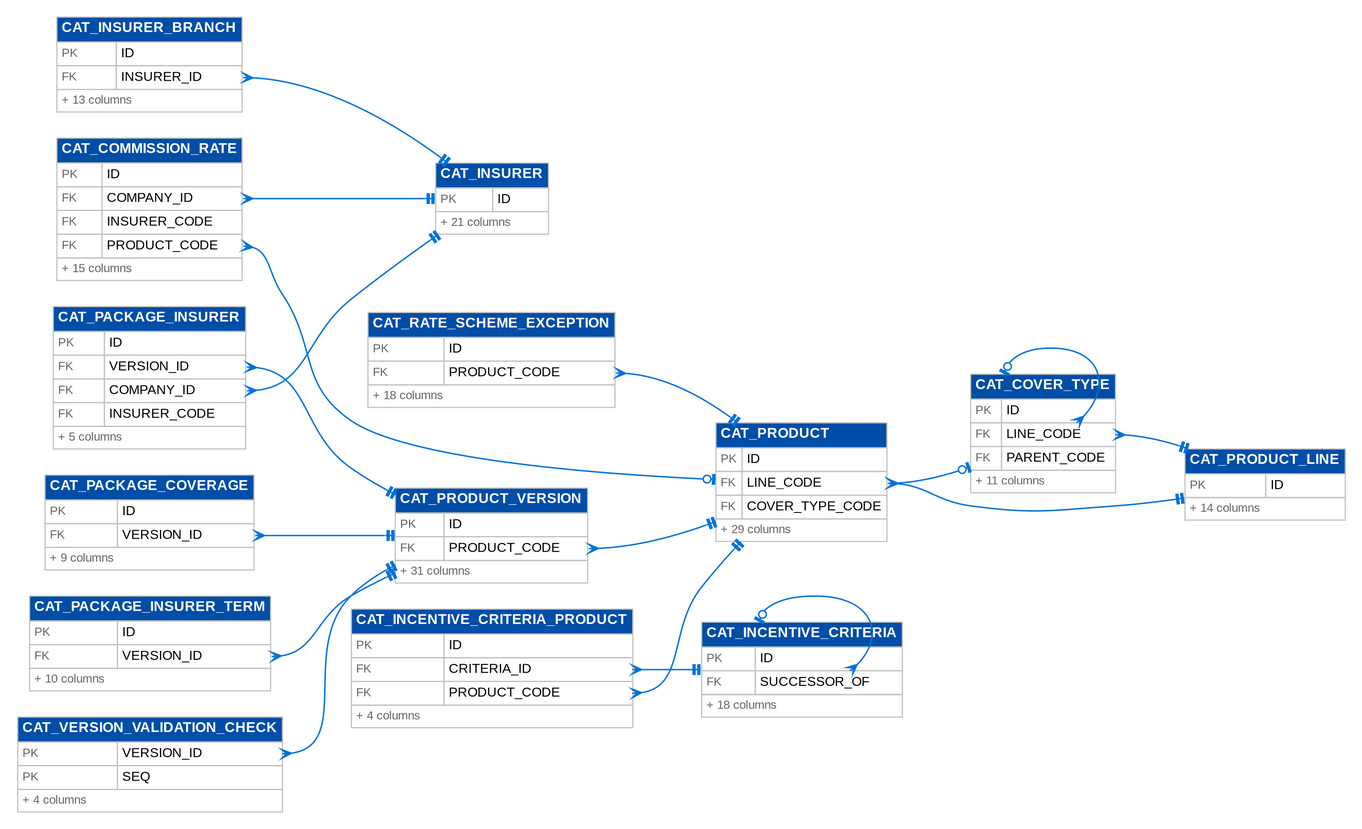
Above: docs/deliverables/src/programme/security_data/figures/erd/d05_catalog_1.png in IortaTexhNXT-DEV/FinVerse (Graphviz), before the change. Its source is kept beside it as docs/deliverables/src/programme/security_data/figures/erd/d05_catalog_1.dot.
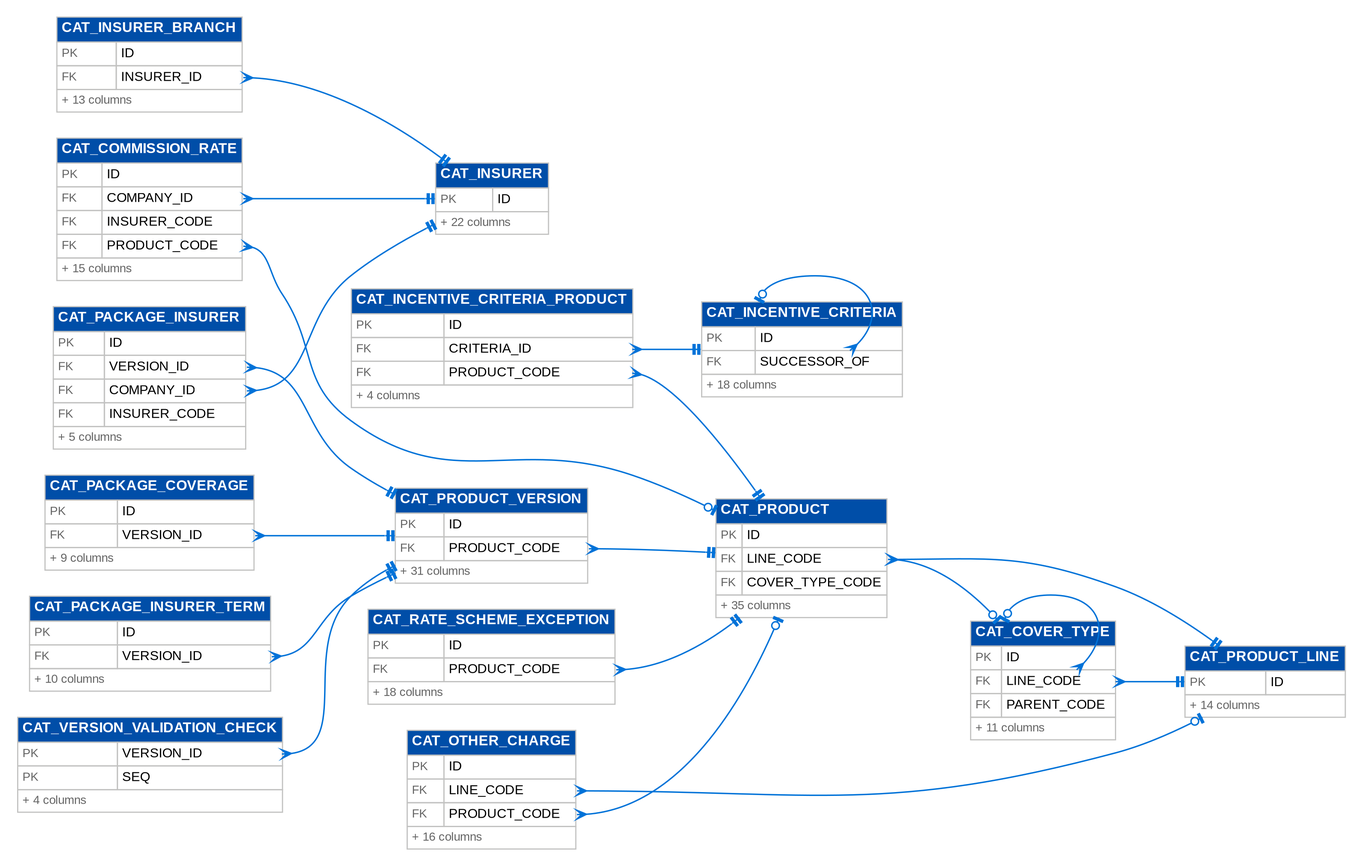
The same diagram one commit later.

Diff of the diagram source:
```diff
@@ -6,12 +6,13 @@
   "cat_cover_type" [label=<<table border="0" cellborder="1" cellspacing="0" cellpadding="3" color="@BORDER"><tr><td bgcolor="@HEADER_BLUE" align="left" colspan="2"><font color="@WHITE" point-size="12"><b>CAT_COVER_TYPE</b></font></td></tr><tr><td align="left"><font point-size="10" color="@MUTED">PK</font></td><td align="left" port="id"><font point-size="11">ID</font></td></tr><tr><td align="left"><font point-size="10" color="@MUTED">FK</font></td><td align="left" port="line_code"><font point-size="11">LINE_CODE</font></td></tr><tr><td align="left"><font point-size="10" color="@MUTED">FK</font></td><td align="left" port="parent_code"><font point-size="11">PARENT_CODE</font></td></tr><tr><td colspan="2" align="left"><font point-size="10" color="@MUTED">+ 11 columns</font></td></tr></table>>];
   "cat_incentive_criteria" [label=<<table border="0" cellborder="1" cellspacing="0" cellpadding="3" color="@BORDER"><tr><td bgcolor="@HEADER_BLUE" align="left" colspan="2"><font color="@WHITE" point-size="12"><b>CAT_INCENTIVE_CRITERIA</b></font></td></tr><tr><td align="left"><font point-size="10" color="@MUTED">PK</font></td><td align="left" port="id"><font point-size="11">ID</font></td></tr><tr><td align="left"><font point-size="10" color="@MUTED">FK</font></td><td align="left" port="successor_of"><font point-size="11">SUCCESSOR_OF</font></td></tr><tr><td colspan="2" align="left"><font point-size="10" color="@MUTED">+ 18 columns</font></td></tr></table>>];
   "cat_incentive_criteria_product" [label=<<table border="0" cellborder="1" cellspacing="0" cellpadding="3" color="@BORDER"><tr><td bgcolor="@HEADER_BLUE" align="left" colspan="2"><font color="@WHITE" point-size="12"><b>CAT_INCENTIVE_CRITERIA_PRODUCT</b></font></td></tr><tr><td align="left"><font point-size="10" color="@MUTED">PK</font></td><td align="left" port="id"><font point-size="11">ID</font></td></tr><tr><td align="left"><font point-size="10" color="@MUTED">FK</font></td><td align="left" port="criteria_id"><font point-size="11">CRITERIA_ID</font></td></tr><tr><td align="left"><font point-size="10" color="@MUTED">FK</font></td><td align="left" port="product_code"><font point-size="11">PRODUCT_CODE</font></td></tr><tr><td colspan="2" align="left"><font point-size="10" color="@MUTED">+ 4 columns</font></td></tr></table>>];
-  "cat_insurer" [label=<<table border="0" cellborder="1" cellspacing="0" cellpadding="3" color="@BORDER"><tr><td bgcolor="@HEADER_BLUE" align="left" colspan="2"><font color="@WHITE" point-size="12"><b>CAT_INSURER</b></font></td></tr><tr><td align="left"><font point-size="10" color="@MUTED">PK</font></td><td align="left" port="id"><font point-size="11">ID</font></td></tr><tr><td colspan="2" align="left"><font point-size="10" color="@MUTED">+ 21 columns</font></td></tr></table>>];
+  "cat_insurer" [label=<<table border="0" cellborder="1" cellspacing="0" cellpadding="3" color="@BORDER"><tr><td bgcolor="@HEADER_BLUE" align="left" colspan="2"><font color="@WHITE" point-size="12"><b>CAT_INSURER</b></font></td></tr><tr><td align="left"><font point-size="10" color="@MUTED">PK</font></td><td align="left" port="id"><font point-size="11">ID</font></td></tr><tr><td colspan="2" align="left"><font point-size="10" color="@MUTED">+ 22 columns</font></td></tr></table>>];
   "cat_insurer_branch" [label=<<table border="0" cellborder="1" cellspacing="0" cellpadding="3" color="@BORDER"><tr><td bgcolor="@HEADER_BLUE" align="left" colspan="2"><font color="@WHITE" point-size="12"><b>CAT_INSURER_BRANCH</b></font></td></tr><tr><td align="left"><font point-size="10" color="@MUTED">PK</font></td><td align="left" port="id"><font point-size="11">ID</font></td></tr><tr><td align="left"><font point-size="10" color="@MUTED">FK</font></td><td align="left" port="insurer_id"><font point-size="11">INSURER_ID</font></td></tr><tr><td colspan="2" align="left"><font point-size="10" color="@MUTED">+ 13 columns</font></td></tr></table>>];
+  "cat_other_charge" [label=<<table border="0" cellborder="1" cellspacing="0" cellpadding="3" color="@BORDER"><tr><td bgcolor="@HEADER_BLUE" align="left" colspan="2"><font color="@WHITE" point-size="12"><b>CAT_OTHER_CHARGE</b></font></td></tr><tr><td align="left"><font point-size="10" color="@MUTED">PK</font></td><td align="left" port="id"><font point-size="11">ID</font></td></tr><tr><td align="left"><font point-size="10" color="@MUTED">FK</font></td><td align="left" port="line_code"><font point-size="11">LINE_CODE</font></td></tr><tr><td align="left"><font point-size="10" color="@MUTED">FK</font></td><td align="left" port="product_code"><font point-size="11">PRODUCT_CODE</font></td></tr><tr><td colspan="2" align="left"><font point-size="10" color="@MUTED">+ 16 columns</font></td></tr></table>>];
   "cat_package_coverage" [label=<<table border="0" cellborder="1" cellspacing="0" cellpadding="3" color="@BORDER"><tr><td bgcolor="@HEADER_BLUE" align="left" colspan="2"><font color="@WHITE" point-size="12"><b>CAT_PACKAGE_COVERAGE</b></font></td></tr><tr><td align="left"><font point-size="10" color="@MUTED">PK</font></td><td align="left" port="id"><font point-size="11">ID</font></td></tr><tr><td align="left"><font point-size="10" color="@MUTED">FK</font></td><td align="left" port="version_id"><font point-size="11">VERSION_ID</font></td></tr><tr><td colspan="2" align="left"><font point-size="10" color="@MUTED">+ 9 columns</font></td></tr></table>>];
   "cat_package_insurer" [label=<<table border="0" cellborder="1" cellspacing="0" cellpadding="3" color="@BORDER"><tr><td bgcolor="@HEADER_BLUE" align="left" colspan="2"><font color="@WHITE" point-size="12"><b>CAT_PACKAGE_INSURER</b></font></td></tr><tr><td align="left"><font point-size="10" color="@MUTED">PK</font></td><td align="left" port="id"><font point-size="11">ID</font></td></tr><tr><td align="left"><font point-size="10" color="@MUTED">FK</font></td><td align="left" port="version_id"><font point-size="11">VERSION_ID</font></td></tr><tr><td align="left"><font point-size="10" color="@MUTED">FK</font></td><td align="left" port="company_id"><font point-size="11">COMPANY_ID</font></td></tr><tr><td align="left"><font point-size="10" color="@MUTED">FK</font></td><td align="left" port="insurer_code"><font point-size="11">INSURER_CODE</font></td></tr><tr><td colspan="2" align="left"><font point-size="10" color="@MUTED">+ 5 columns</font></td></tr></table>>];
   "cat_package_insurer_term" [label=<<table border="0" cellborder="1" cellspacing="0" cellpadding="3" color="@BORDER"><tr><td bgcolor="@HEADER_BLUE" align="left" colspan="2"><font color="@WHITE" point-size="12"><b>CAT_PACKAGE_INSURER_TERM</b></font></td></tr><tr><td align="left"><font point-size="10" color="@MUTED">PK</font></td><td align="left" port="id"><font point-size="11">ID</font></td></tr><tr><td align="left"><font point-size="10" color="@MUTED">FK</font></td><td align="left" port="version_id"><font point-size="11">VERSION_ID</font></td></tr><tr><td colspan="2" align="left"><font point-size="10" color="@MUTED">+ 10 columns</font></td></tr></table>>];
-  "cat_product" [label=<<table border="0" cellborder="1" cellspacing="0" cellpadding="3" color="@BORDER"><tr><td bgcolor="@HEADER_BLUE" align="left" colspan="2"><font color="@WHITE" point-size="12"><b>CAT_PRODUCT</b></font></td></tr><tr><td align="left"><font point-size="10" color="@MUTED">PK</font></td><td align="left" port="id"><font point-size="11">ID</font></td></tr><tr><td align="left"><font point-size="10" color="@MUTED">FK</font></td><td align="left" port="line_code"><font point-size="11">LINE_CODE</font></td></tr><tr><td align="left"><font point-size="10" color="@MUTED">FK</font></td><td align="left" port="cover_type_code"><font point-size="11">COVER_TYPE_CODE</font></td></tr><tr><td colspan="2" align="left"><font point-size="10" color="@MUTED">+ 29 columns</font></td></tr></table>>];
+  "cat_product" [label=<<table border="0" cellborder="1" cellspacing="0" cellpadding="3" color="@BORDER"><tr><td bgcolor="@HEADER_BLUE" align="left" colspan="2"><font color="@WHITE" point-size="12"><b>CAT_PRODUCT</b></font></td></tr><tr><td align="left"><font point-size="10" color="@MUTED">PK</font></td><td align="left" port="id"><font point-size="11">ID</font></td></tr><tr><td align="left"><font point-size="10" color="@MUTED">FK</font></td><td align="left" port="line_code"><font point-size="11">LINE_CODE</font></td></tr><tr><td align="left"><font point-size="10" color="@MUTED">FK</font></td><td align="left" port="cover_type_code"><font point-size="11">COVER_TYPE_CODE</font></td></tr><tr><td colspan="2" align="left"><font point-size="10" color="@MUTED">+ 35 columns</font></td></tr></table>>];
   "cat_product_line" [label=<<table border="0" cellborder="1" cellspacing="0" cellpadding="3" color="@BORDER"><tr><td bgcolor="@HEADER_BLUE" align="left" colspan="2"><font color="@WHITE" point-size="12"><b>CAT_PRODUCT_LINE</b></font></td></tr><tr><td align="left"><font point-size="10" color="@MUTED">PK</font></td><td align="left" port="id"><font point-size="11">ID</font></td></tr><tr><td colspan="2" align="left"><font point-size="10" color="@MUTED">+ 14 columns</font></td></tr></table>>];
   "cat_product_version" [label=<<table border="0" cellborder="1" cellspacing="0" cellpadding="3" color="@BORDER"><tr><td bgcolor="@HEADER_BLUE" align="left" colspan="2"><font color="@WHITE" point-size="12"><b>CAT_PRODUCT_VERSION</b></font></td></tr><tr><td align="left"><font point-size="10" color="@MUTED">PK</font></td><td align="left" port="id"><font point-size="11">ID</font></td></tr><tr><td align="left"><font point-size="10" color="@MUTED">FK</font></td><td align="left" port="product_code"><font point-size="11">PRODUCT_CODE</font></td></tr><tr><td colspan="2" align="left"><font point-size="10" color="@MUTED">+ 31 columns</font></td></tr></table>>];
   "cat_rate_scheme_exception" [label=<<table border="0" cellborder="1" cellspacing="0" cellpadding="3" color="@BORDER"><tr><td bgcolor="@HEADER_BLUE" align="left" colspan="2"><font color="@WHITE" point-size="12"><b>CAT_RATE_SCHEME_EXCEPTION</b></font></td></tr><tr><td align="left"><font point-size="10" color="@MUTED">PK</font></td><td align="left" port="id"><font point-size="11">ID</font></td></tr><tr><td align="left"><font point-size="10" color="@MUTED">FK</font></td><td align="left" port="product_code"><font point-size="11">PRODUCT_CODE</font></td></tr><tr><td colspan="2" align="left"><font point-size="10" color="@MUTED">+ 18 columns</font></td></tr></table>>];
@@ -24,6 +25,8 @@
   "cat_incentive_criteria_product":"criteria_id" -> "cat_incentive_criteria" [arrowtail=crow, arrowhead=teetee];
   "cat_incentive_criteria_product":"product_code" -> "cat_product" [arrowtail=crow, arrowhead=teetee];
   "cat_insurer_branch":"insurer_id" -> "cat_insurer" [arrowtail=crow, arrowhead=teetee];
+  "cat_other_charge":"line_code" -> "cat_product_line" [arrowtail=crow, arrowhead=teeodot];
+  "cat_other_charge":"product_code" -> "cat_product" [arrowtail=crow, arrowhead=teeodot];
   "cat_package_coverage":"version_id" -> "cat_product_version" [arrowtail=crow, arrowhead=teetee];
   "cat_package_insurer":"version_id" -> "cat_product_version" [arrowtail=crow, arrowhead=teetee];
   "cat_package_insurer":"company_id" -> "cat_insurer" [arrowtail=crow, arrowhead=teetee];
```
